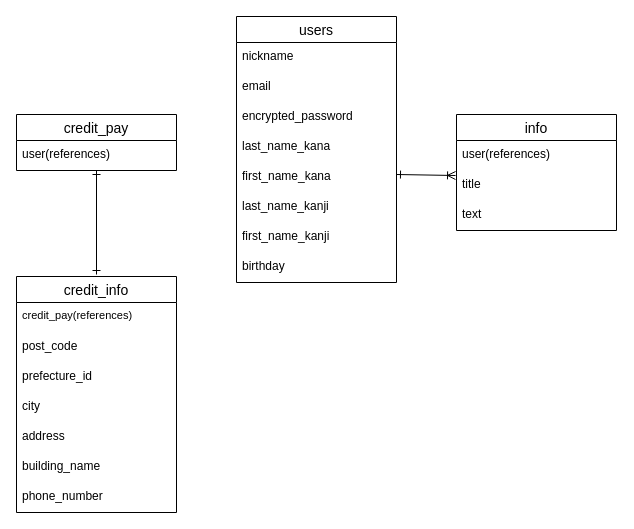
This is guruguru.dio from yahobaby/guruguru, a draw.io file, before an edit. Source tidied: cells renumbered, new cells numbered last; positions are measured from the earlier drawing's top-left corner, leaving out a move shared by most shapes. Both pictures are drawn from the tidied source at 100%, with x=0, y=0 at pixel (16, 16).
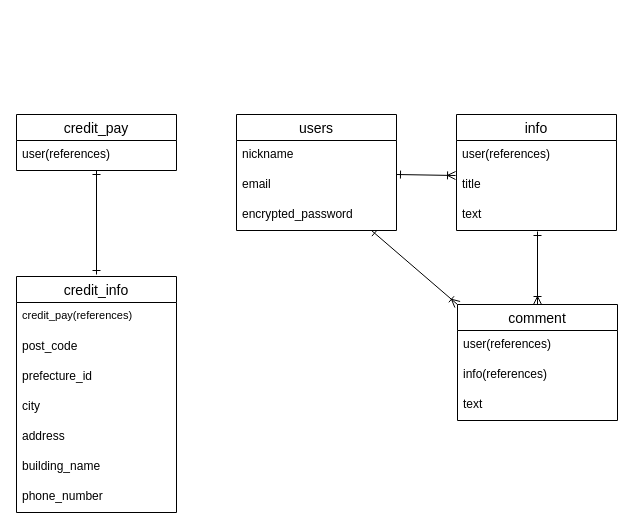
After the change.

Commit message (it also covers changes not shown here):
er図とREADME修正(userテーブルのカラム削除、commentテーブル追加)

Change to the diagram source:
```diff
@@
     <mxCell id="12" value="users" style="swimlane;fontStyle=0;horizontal=1;startSize=26;align=center;fontSize=14;" parent="1" vertex="1">
-      <mxGeometry x="220" width="160" height="266" as="geometry" />
+      <mxGeometry x="220" y="98" width="160" height="116" as="geometry" />
     </mxCell>
@@
-    <mxCell id="16" value="last_name_kana" style="text;strokeColor=none;fillColor=none;spacingLeft=4;spacingRight=4;overflow=hidden;fontSize=12;" parent="12" vertex="1">
-      <mxGeometry y="116" width="160" height="30" as="geometry" />
-    </mxCell>
-    <mxCell id="17" value="first_name_kana" style="text;strokeColor=none;fillColor=none;spacingLeft=4;spacingRight=4;overflow=hidden;fontSize=12;" parent="12" vertex="1">
-      <mxGeometry y="146" width="160" height="30" as="geometry" />
-    </mxCell>
-    <mxCell id="18" value="last_name_kanji" style="text;strokeColor=none;fillColor=none;spacingLeft=4;spacingRight=4;overflow=hidden;fontSize=12;" parent="12" vertex="1">
-      <mxGeometry y="176" width="160" height="30" as="geometry" />
-    </mxCell>
-    <mxCell id="19" value="first_name_kanji" style="text;strokeColor=none;fillColor=none;spacingLeft=4;spacingRight=4;overflow=hidden;fontSize=12;" parent="12" vertex="1">
-      <mxGeometry y="206" width="160" height="30" as="geometry" />
-    </mxCell>
-    <mxCell id="20" value="birthday" style="text;strokeColor=none;fillColor=none;spacingLeft=4;spacingRight=4;overflow=hidden;fontSize=12;" parent="12" vertex="1">
-      <mxGeometry y="236" width="160" height="30" as="geometry" />
-    </mxCell>
@@
+    <mxCell id="27" value="comment" style="swimlane;fontStyle=0;horizontal=1;startSize=26;align=center;fontSize=14;" parent="1" vertex="1">
+      <mxGeometry x="441" y="288" width="160" height="116" as="geometry" />
+    </mxCell>
+    <mxCell id="28" value="user(references)&#10;" style="text;strokeColor=none;fillColor=none;spacingLeft=4;spacingRight=4;overflow=hidden;fontSize=12;" parent="27" vertex="1">
+      <mxGeometry y="26" width="160" height="30" as="geometry" />
+    </mxCell>
+    <mxCell id="29" value="info(references)&#10;" style="text;strokeColor=none;fillColor=none;spacingLeft=4;spacingRight=4;overflow=hidden;fontSize=12;" parent="27" vertex="1">
+      <mxGeometry y="56" width="160" height="30" as="geometry" />
+    </mxCell>
+    <mxCell id="30" value="text" style="text;strokeColor=none;fillColor=none;spacingLeft=4;spacingRight=4;overflow=hidden;fontSize=12;" parent="27" vertex="1">
+      <mxGeometry y="86" width="160" height="30" as="geometry" />
+    </mxCell>
+    <mxCell id="31" style="endArrow=ERoneToMany;startArrow=ERone;html=1;startFill=0;endFill=0;" parent="1" edge="1">
+      <mxGeometry relative="1" as="geometry">
+        <mxPoint x="521" y="215" as="sourcePoint" />
+        <mxPoint x="521" y="288" as="targetPoint" />
+      </mxGeometry>
+    </mxCell>
+    <mxCell id="32" style="endArrow=ERoneToMany;startArrow=ERone;html=1;startFill=0;endFill=0;entryX=0;entryY=0;entryDx=0;entryDy=0;" parent="1" edge="1" target="27">
+      <mxGeometry relative="1" as="geometry">
+        <mxPoint x="355" y="214" as="sourcePoint" />
+      </mxGeometry>
+    </mxCell>
```
